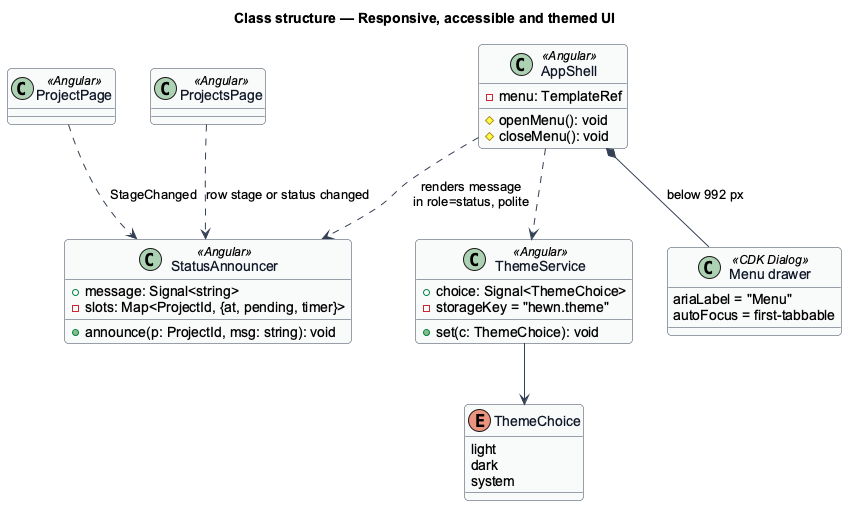
Before: docs/detailed-designs/mission-control/responsive-accessible-ui/diagrams/class-structure.png, a diagram exported from PlantUML (QuinntyneBrown/hewn).
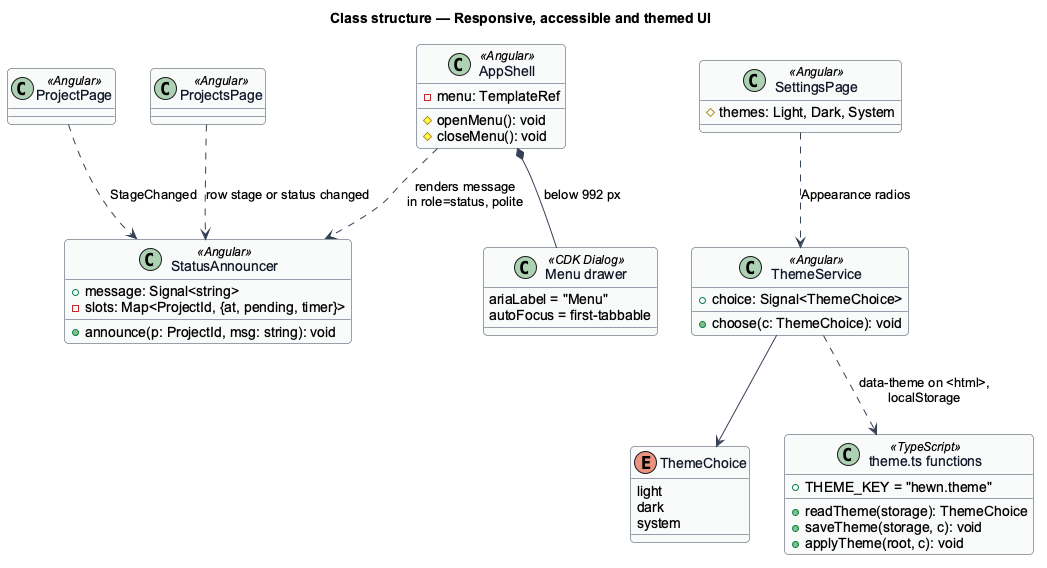
The same diagram one commit later.

Diff of the diagram source:
```diff
@@ -25,8 +25,16 @@
 }
 class ThemeService <<Angular>> {
   +choice: Signal<ThemeChoice>
-  +set(c: ThemeChoice): void
-  -storageKey = "hewn.theme"
+  +choose(c: ThemeChoice): void
+}
+class "theme.ts functions" as ThemeFns <<TypeScript>> {
+  +THEME_KEY = "hewn.theme"
+  +readTheme(storage): ThemeChoice
+  +saveTheme(storage, c): void
+  +applyTheme(root, c): void
+}
+class SettingsPage <<Angular>> {
+  #themes: Light, Dark, System
 }
 class AppShell <<Angular>> {
   -menu: TemplateRef
@@ -38,8 +46,9 @@
   autoFocus = first-tabbable
 }
 ThemeService --> ThemeChoice
+ThemeService ..> ThemeFns : data-theme on <html>,\nlocalStorage
+SettingsPage ..> ThemeService : Appearance radios
 AppShell *-- MenuDrawer : below 992 px
-AppShell ..> ThemeService
 AppShell ..> StatusAnnouncer : renders message\nin role=status, polite
 ProjectPage ..> StatusAnnouncer : StageChanged
 ProjectsPage ..> StatusAnnouncer : row stage or status changed
```
